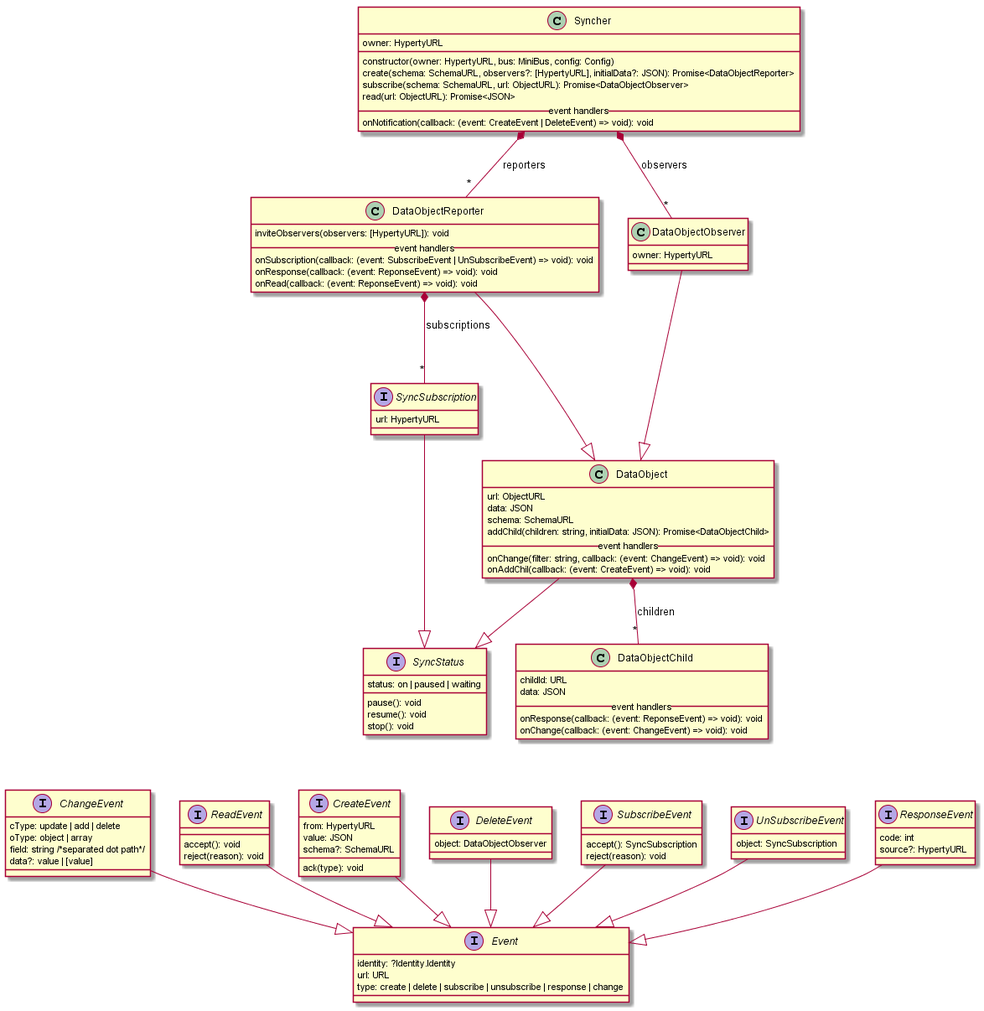
Before: service-framework/SyncherAPI.png, a diagram exported from PlantUML (reTHINK-project/specs).
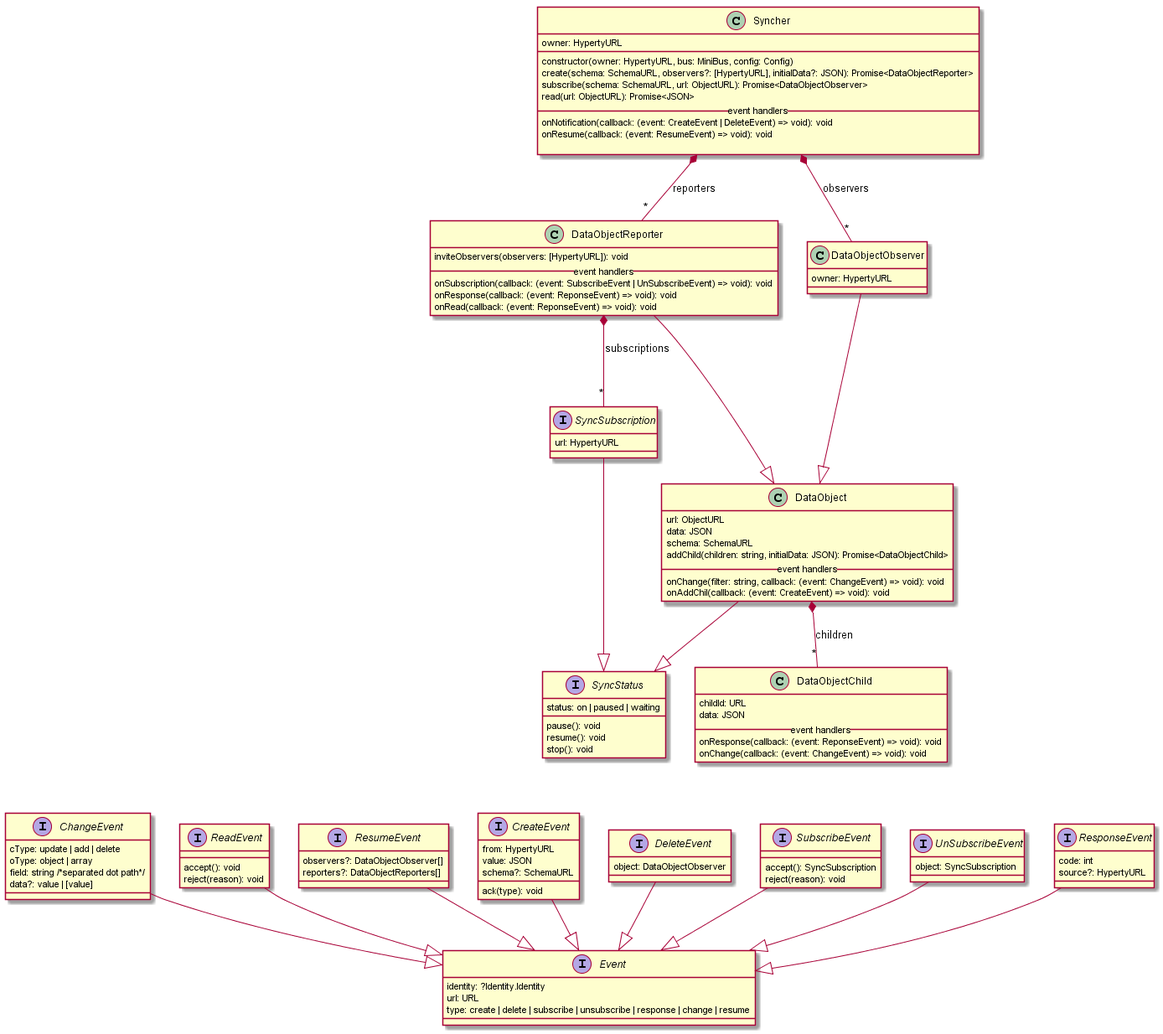
After the change.

Commit message:
data sync subscribe spec update for reusage address

Diff of the diagram source:
```diff
@@ -20,6 +20,8 @@
   read(url: ObjectURL): Promise<JSON>
   __ event handlers __
   onNotification(callback: (event: CreateEvent | DeleteEvent) => void): void
+  onResume(callback: (event: ResumeEvent) => void): void
+
 }
 
 class DataObject {
@@ -55,7 +57,7 @@
 interface Event {
   identity: ?Identity.Identity
   url: URL
-  type: create | delete | subscribe | unsubscribe | response | change
+  type: create | delete | subscribe | unsubscribe | response | change | resume
 }
 
 interface CreateEvent {
@@ -95,6 +97,11 @@
   reject(reason): void
 }
 
+interface ResumeEvent {
+  observers?: DataObjectObserver[]
+  reporters?: DataObjectReporters[]
+}
+
 CreateEvent --|> Event
 DeleteEvent --|> Event
 SubscribeEvent --|> Event
@@ -102,6 +109,7 @@
 ResponseEvent --|> Event
 ChangeEvent --|> Event
 ReadEvent --|> Event
+ResumeEvent --|> Event
 
 SyncSubscription --|> SyncStatus
 
```
